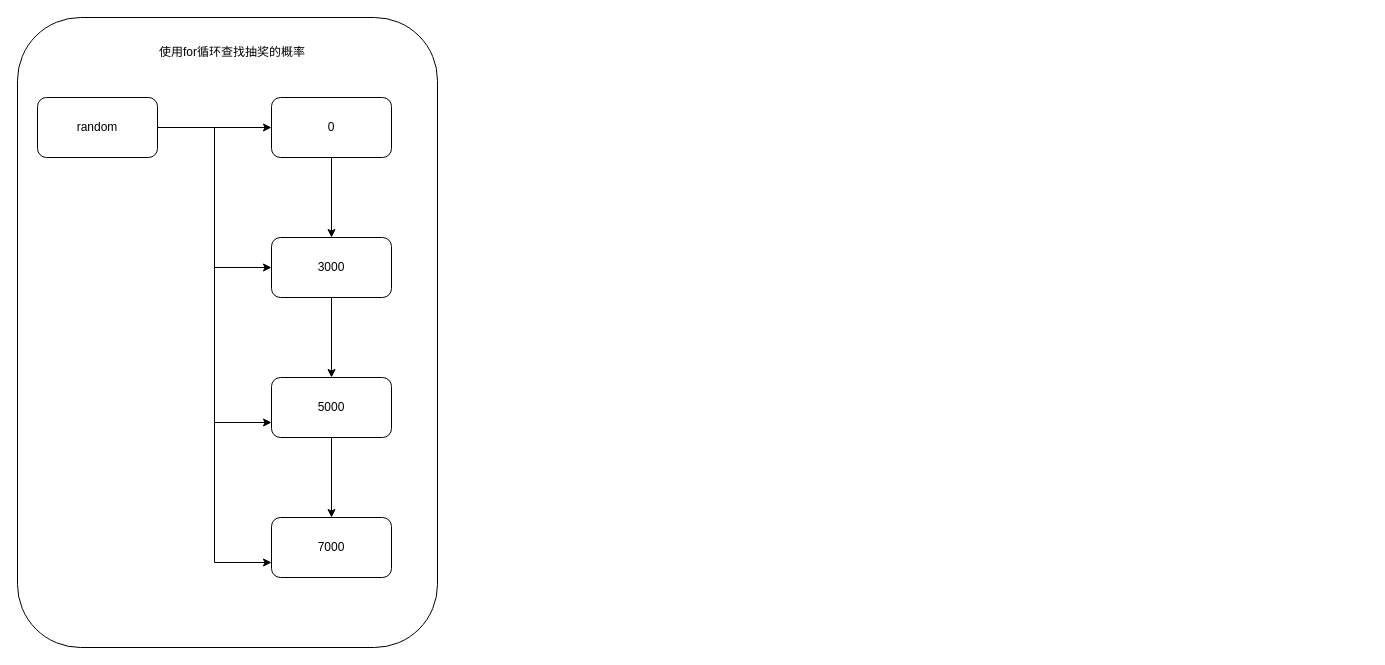
Before: 稿子.drawio in Cen-Yaozu/draw, a draw.io diagram. Source tidied: cells renumbered, new cells numbered last; positions are measured from the earlier drawing's top-left corner, leaving out a move shared by most shapes. Both pictures are drawn from the tidied source at 100%, with x=0, y=0 at pixel (17, 17).
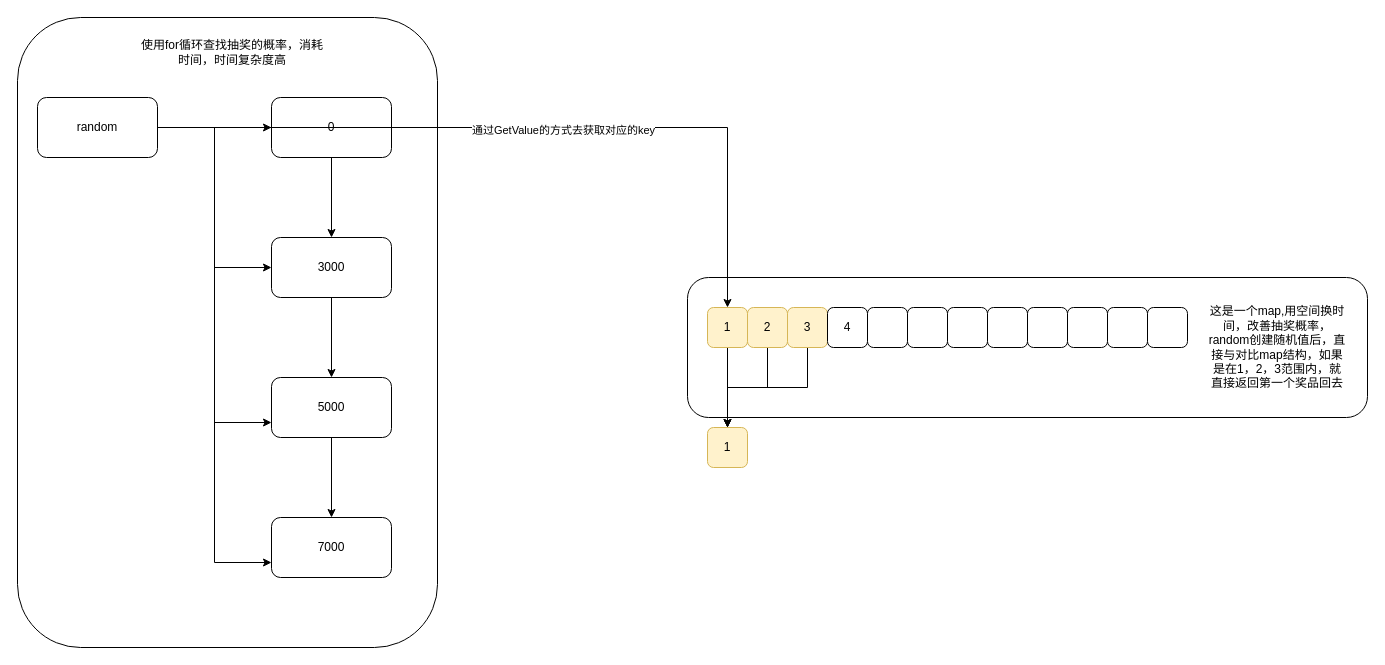
Above is the later version.

The change refers to these unchanged cells:
```xml
<mxCell id="2" style="group;" parent="1" vertex="1">
  <mxGeometry width="420" height="630" as="geometry" />
</mxCell>
<mxCell id="8" value="random" style="rounded=1;whiteSpace=wrap;html=1;" parent="2" vertex="1">
  <mxGeometry x="20" y="80" width="120" height="60" as="geometry" />
</mxCell>
```

What changed in the source:
```diff
@@
-<mxGraphModel>
+<mxGraphModel background="#ffffff">
@@
+    <mxCell id="17" style="rounded=1;whiteSpace=wrap;html=1;" parent="1" vertex="1">
+      <mxGeometry x="670" y="260" width="680" height="140" as="geometry" />
+    </mxCell>
@@
-    <mxCell id="16" value="使用for循环查找抽奖的概率" style="text;html=1;align=center;verticalAlign=middle;whiteSpace=wrap;rounded=0;" parent="2" vertex="1">
+    <mxCell id="16" value="使用for循环查找抽奖的概率，消耗时间，时间复杂度高" style="text;html=1;align=center;verticalAlign=middle;whiteSpace=wrap;rounded=0;" parent="2" vertex="1">
       <mxGeometry x="120" y="20" width="190" height="30" as="geometry" />
     </mxCell>
+    <mxCell id="18" style="edgeStyle=orthogonalEdgeStyle;rounded=0;jettySize=auto;html=1;exitX=0.5;exitY=1;exitDx=0;exitDy=0;entryX=0.5;entryY=0;entryDx=0;entryDy=0;" parent="1" edge="1" source="19" target="33">
+      <mxGeometry relative="1" as="geometry" />
+    </mxCell>
+    <mxCell id="19" value="1" style="rounded=1;whiteSpace=wrap;html=1;fillColor=#fff2cc;strokeColor=#d6b656;" parent="1" vertex="1">
+      <mxGeometry x="690" y="290" width="40" height="40" as="geometry" />
+    </mxCell>
+    <mxCell id="20" style="edgeStyle=orthogonalEdgeStyle;rounded=0;jettySize=auto;html=1;exitX=0.5;exitY=1;exitDx=0;exitDy=0;" parent="1" edge="1" source="21" target="33">
+      <mxGeometry relative="1" as="geometry" />
+    </mxCell>
+    <mxCell id="21" value="2" style="rounded=1;whiteSpace=wrap;html=1;fillColor=#fff2cc;strokeColor=#d6b656;" parent="1" vertex="1">
+      <mxGeometry x="730" y="290" width="40" height="40" as="geometry" />
+    </mxCell>
+    <mxCell id="22" style="edgeStyle=orthogonalEdgeStyle;rounded=0;jettySize=auto;html=1;exitX=0.5;exitY=1;exitDx=0;exitDy=0;" parent="1" edge="1" source="23" target="33">
+      <mxGeometry relative="1" as="geometry" />
+    </mxCell>
+    <mxCell id="23" value="3" style="rounded=1;whiteSpace=wrap;html=1;fillColor=#fff2cc;strokeColor=#d6b656;" parent="1" vertex="1">
+      <mxGeometry x="770" y="290" width="40" height="40" as="geometry" />
+    </mxCell>
+    <mxCell id="24" value="4" style="rounded=1;whiteSpace=wrap;html=1;" parent="1" vertex="1">
+      <mxGeometry x="810" y="290" width="40" height="40" as="geometry" />
+    </mxCell>
+    <mxCell id="25" style="rounded=1;whiteSpace=wrap;html=1;" parent="1" vertex="1">
+      <mxGeometry x="850" y="290" width="40" height="40" as="geometry" />
+    </mxCell>
+    <mxCell id="26" style="rounded=1;whiteSpace=wrap;html=1;" parent="1" vertex="1">
+      <mxGeometry x="890" y="290" width="40" height="40" as="geometry" />
+    </mxCell>
+    <mxCell id="27" style="rounded=1;whiteSpace=wrap;html=1;" parent="1" vertex="1">
+      <mxGeometry x="930" y="290" width="40" height="40" as="geometry" />
+    </mxCell>
+    <mxCell id="28" style="rounded=1;whiteSpace=wrap;html=1;" parent="1" vertex="1">
+      <mxGeometry x="970" y="290" width="40" height="40" as="geometry" />
+    </mxCell>
+    <mxCell id="29" style="rounded=1;whiteSpace=wrap;html=1;" parent="1" vertex="1">
+      <mxGeometry x="1010" y="290" width="40" height="40" as="geometry" />
+    </mxCell>
+    <mxCell id="30" style="rounded=1;whiteSpace=wrap;html=1;" parent="1" vertex="1">
+      <mxGeometry x="1050" y="290" width="40" height="40" as="geometry" />
+    </mxCell>
+    <mxCell id="31" style="rounded=1;whiteSpace=wrap;html=1;" parent="1" vertex="1">
+      <mxGeometry x="1090" y="290" width="40" height="40" as="geometry" />
+    </mxCell>
+    <mxCell id="32" style="rounded=1;whiteSpace=wrap;html=1;" parent="1" vertex="1">
+      <mxGeometry x="1130" y="290" width="40" height="40" as="geometry" />
+    </mxCell>
+    <mxCell id="33" value="1" style="rounded=1;whiteSpace=wrap;html=1;fillColor=#fff2cc;strokeColor=#d6b656;" parent="1" vertex="1">
+      <mxGeometry x="690" y="410" width="40" height="40" as="geometry" />
+    </mxCell>
+    <mxCell id="34" style="edgeStyle=orthogonalEdgeStyle;rounded=0;jettySize=auto;html=1;exitX=1;exitY=0.5;exitDx=0;exitDy=0;entryX=0.5;entryY=0;entryDx=0;entryDy=0;" parent="1" edge="1" source="8" target="19">
+      <mxGeometry relative="1" as="geometry" />
+    </mxCell>
+    <mxCell id="35" value="通过GetValue的方式去获取对应的key" style="edgeLabel;html=1;align=center;verticalAlign=middle;" parent="34" vertex="1">
+      <mxGeometry x="0.08" y="-2" relative="1" as="geometry" />
+    </mxCell>
+    <mxCell id="36" value="这是一个map,用空间换时间，改善抽奖概率，random创建随机值后，直接与对比map结构，如果是在1，2，3范围内，就直接返回第一个奖品回去" style="text;html=1;align=center;verticalAlign=middle;whiteSpace=wrap;rounded=0;" parent="1" vertex="1">
+      <mxGeometry x="1190" y="280" width="140" height="100" as="geometry" />
+    </mxCell>
```
